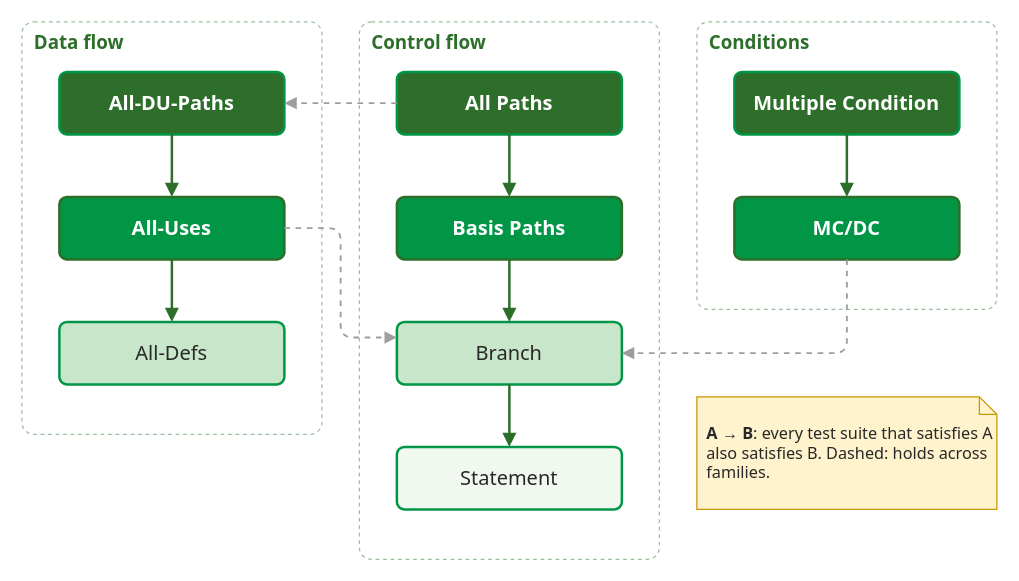
Earlier version of the draw.io diagram content/verif/coverage/subsumption-hierarchy.drawio (sqrbok/sqrbok-preview). Source tidied: cells renumbered, new cells numbered last; positions are measured from the earlier drawing's top-left corner, leaving out a move shared by most shapes. Both pictures are drawn from the tidied source at 125%, with x=0, y=0 at pixel (21, 21).
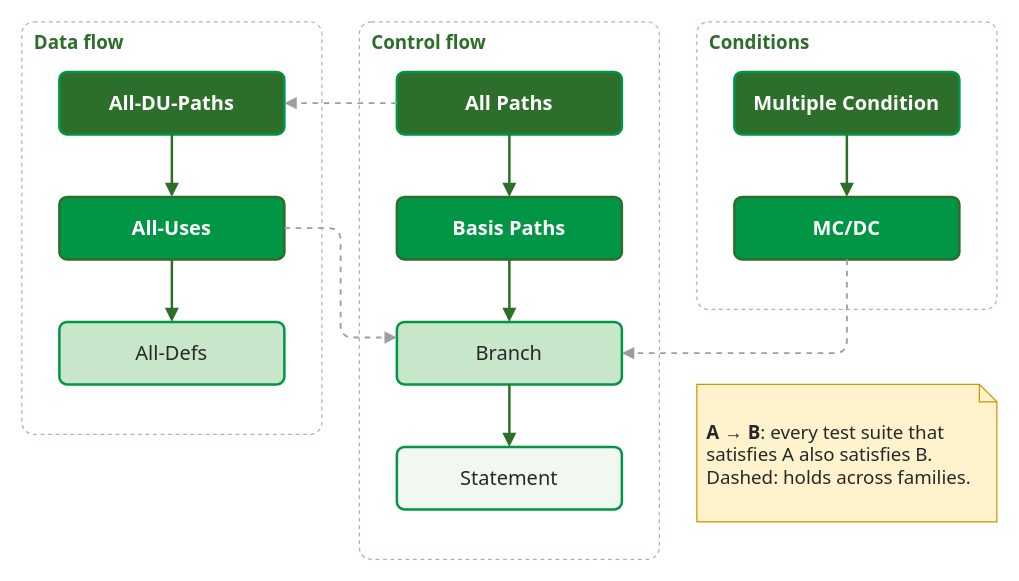
The same page after the edit.

The edit, as a diff of the source:
```diff
@@
-    <mxCell id="23" value="&lt;b&gt;A → B&lt;/b&gt;: every test suite that satisfies A also satisfies B. Dashed: holds across families." style="shape=note;whiteSpace=wrap;html=1;size=14;fillColor=#fff3cd;strokeColor=#c99700;fontColor=#282828;align=left;spacingLeft=6;fontFamily=Tahoma;fontSize=13;" parent="1" vertex="1">
-      <mxGeometry x="540" y="300" width="240" height="90" as="geometry" />
+    <mxCell id="23" value="&lt;b&gt;A → B&lt;/b&gt;: every test suite that satisfies A also satisfies B. Dashed: holds across families." style="shape=note;whiteSpace=wrap;html=1;size=14;fillColor=#fff3cd;strokeColor=#c99700;fontColor=#282828;align=left;spacingLeft=6;fontFamily=Tahoma;fontSize=15;" parent="1" vertex="1">
+      <mxGeometry x="540" y="290" width="240" height="110" as="geometry" />
     </mxCell>
```
